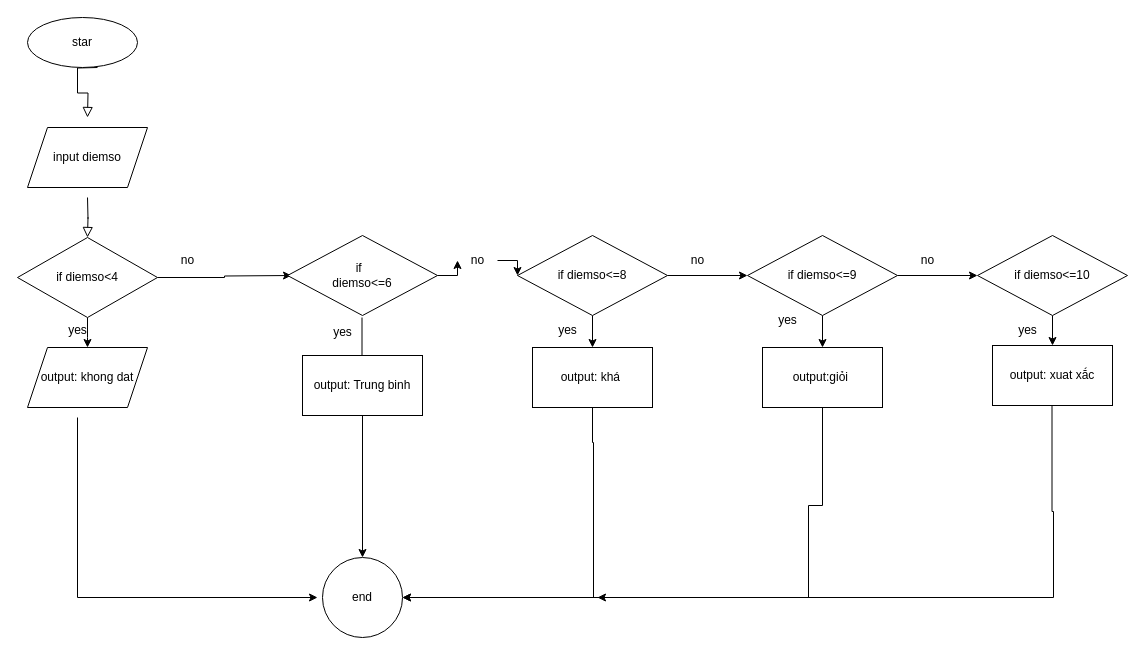
Earlier version of the draw.io diagram baitap5.drawio (buihung0602/baitap-ss1). Source tidied: cells renumbered, new cells numbered last; positions are measured from the earlier drawing's top-left corner, leaving out a move shared by most shapes. Both pictures are drawn from the tidied source at 100%, with x=0, y=0 at pixel (17, 17).
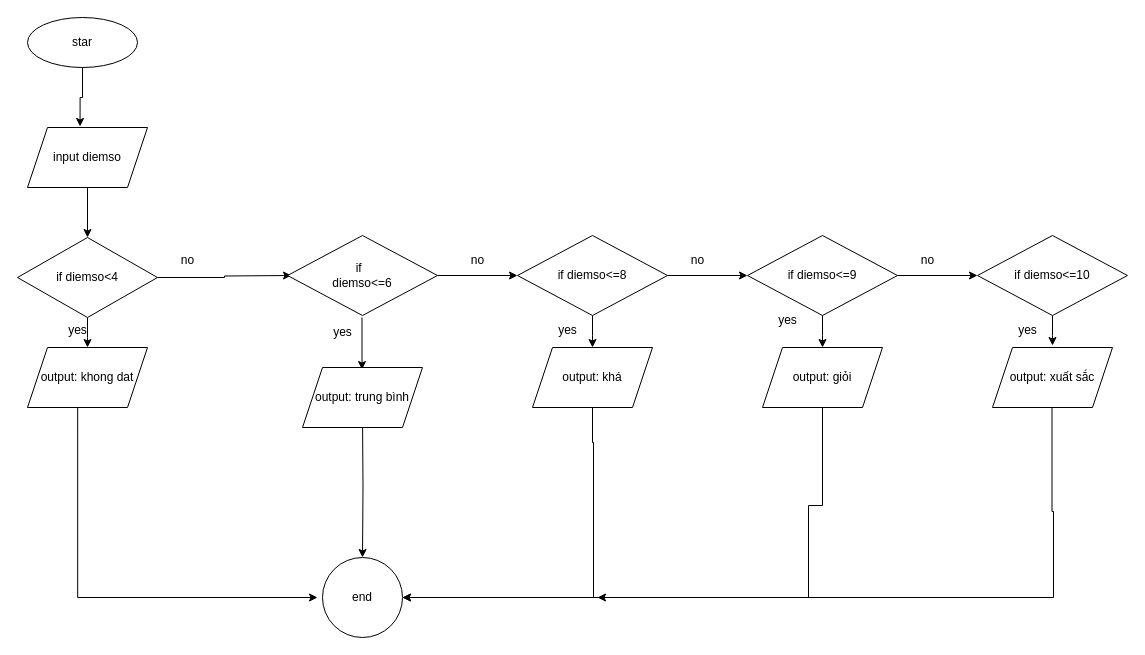
Above is the later version.

The change refers to these unchanged cells:
```xml
<mxCell id="4" value="&lt;div&gt;&lt;div&gt;input diemso&lt;/div&gt;&lt;/div&gt;" style="shape=parallelogram;perimeter=parallelogramPerimeter;whiteSpace=wrap;html=1;fixedSize=1;" parent="1" vertex="1">
  <mxGeometry x="10" y="110" width="120" height="60" as="geometry" />
</mxCell>
<mxCell id="5" value="star" style="ellipse;whiteSpace=wrap;html=1;" parent="1" vertex="1">
  <mxGeometry x="10" width="110" height="50" as="geometry" />
</mxCell>
<mxCell id="8" value="if diemso&amp;lt;4" style="rhombus;whiteSpace=wrap;html=1;" parent="1" vertex="1">
  <mxGeometry y="220" width="140" height="80" as="geometry" />
</mxCell>
<mxCell id="11" value="output: khong dat" style="shape=parallelogram;perimeter=parallelogramPerimeter;whiteSpace=wrap;html=1;fixedSize=1;" parent="1" vertex="1">
  <mxGeometry x="10" y="330" width="120" height="60" as="geometry" />
</mxCell>
<mxCell id="15" value="if&amp;nbsp;&amp;nbsp;&lt;div&gt;diemso&amp;lt;=6&lt;/div&gt;" style="rhombus;whiteSpace=wrap;html=1;" parent="1" vertex="1">
  <mxGeometry x="270" y="218" width="150" height="80" as="geometry" />
</mxCell>
<mxCell id="18" value="if diemso&amp;lt;=8" style="rhombus;whiteSpace=wrap;html=1;" parent="1" vertex="1">
  <mxGeometry x="500" y="218" width="150" height="80" as="geometry" />
</mxCell>
<mxCell id="27" value="if diemso&amp;lt;=9" style="rhombus;whiteSpace=wrap;html=1;" parent="1" vertex="1">
  <mxGeometry x="730" y="218" width="150" height="80" as="geometry" />
</mxCell>
<mxCell id="31" value="if diemso&amp;lt;=10" style="rhombus;whiteSpace=wrap;html=1;" parent="1" vertex="1">
  <mxGeometry x="960" y="218" width="150" height="80" as="geometry" />
</mxCell>
<mxCell id="37" value="no" style="text;html=1;align=center;verticalAlign=middle;points=[];strokeColor=none;fillColor=none;" parent="1" vertex="1">
  <mxGeometry x="440" y="228" width="40" height="30" as="geometry" />
</mxCell>
<mxCell id="40" value="end" style="ellipse;whiteSpace=wrap;html=1;" parent="1" vertex="1">
  <mxGeometry x="305" y="540" width="80" height="80" as="geometry" />
</mxCell>
```

Change to the diagram source:
```diff
@@
-    <mxCell id="2" style="rounded=0;html=1;jettySize=auto;orthogonalLoop=1;fontSize=11;endArrow=block;endFill=0;endSize=8;strokeWidth=1;shadow=0;labelBackgroundColor=none;edgeStyle=orthogonalEdgeStyle;" parent="1" edge="1">
-      <mxGeometry relative="1" as="geometry">
-        <mxPoint x="80" y="50" as="sourcePoint" />
-        <mxPoint x="70" y="100" as="targetPoint" />
-      </mxGeometry>
-    </mxCell>
-    <mxCell id="3" style="rounded=0;html=1;jettySize=auto;orthogonalLoop=1;fontSize=11;endArrow=block;endFill=0;endSize=8;strokeWidth=1;shadow=0;labelBackgroundColor=none;edgeStyle=orthogonalEdgeStyle;" parent="1" edge="1">
-      <mxGeometry x="0.12" y="-20" relative="1" as="geometry">
-        <mxPoint x="70" y="180" as="sourcePoint" />
-        <mxPoint x="70" y="220" as="targetPoint" />
-      </mxGeometry>
-    </mxCell>
+    <mxCell id="41" style="edgeStyle=orthogonalEdgeStyle;rounded=0;jettySize=auto;html=1;entryX=0.5;entryY=0;entryDx=0;entryDy=0;" parent="1" edge="1" source="4" target="8">
+      <mxGeometry relative="1" as="geometry" />
+    </mxCell>
@@
-    <mxCell id="10" style="edgeStyle=orthogonalEdgeStyle;rounded=0;orthogonalLoop=1;jettySize=auto;html=1;" parent="1" edge="1">
+    <mxCell id="10" style="edgeStyle=orthogonalEdgeStyle;rounded=0;jettySize=auto;html=1;exitX=0.418;exitY=0.957;exitDx=0;exitDy=0;exitPerimeter=0;" parent="1" edge="1" source="11">
       <mxGeometry relative="1" as="geometry">
-        <mxPoint x="60" y="400" as="sourcePoint" />
         <mxPoint x="300" y="580" as="targetPoint" />
         <Array as="points">
           <mxPoint x="60" y="580" />
         </Array>
       </mxGeometry>
     </mxCell>
@@
-    <mxCell id="14" style="edgeStyle=orthogonalEdgeStyle;rounded=0;jettySize=auto;html=1;" parent="1" edge="1" source="37" target="18">
-      <mxGeometry relative="1" as="geometry" />
-    </mxCell>
+    <mxCell id="42" style="edgeStyle=orthogonalEdgeStyle;rounded=0;jettySize=auto;html=1;" parent="1" edge="1" source="15" target="18">
+      <mxGeometry relative="1" as="geometry" />
+    </mxCell>
@@
-    <mxCell id="16" style="edgeStyle=orthogonalEdgeStyle;rounded=0;jettySize=auto;html=1;" parent="1" edge="1" source="18" target="23">
-      <mxGeometry relative="1" as="geometry" />
+    <mxCell id="16" style="edgeStyle=orthogonalEdgeStyle;rounded=0;jettySize=auto;html=1;" parent="1" edge="1" source="18">
+      <mxGeometry relative="1" as="geometry">
+        <mxPoint x="575" y="330" as="targetPoint" />
+      </mxGeometry>
     </mxCell>
@@
-    <mxCell id="20" style="edgeStyle=orthogonalEdgeStyle;rounded=0;jettySize=auto;html=1;" parent="1" edge="1" source="21" target="40">
-      <mxGeometry relative="1" as="geometry" />
+    <mxCell id="20" style="edgeStyle=orthogonalEdgeStyle;rounded=0;jettySize=auto;html=1;" parent="1" edge="1" target="40">
+      <mxGeometry relative="1" as="geometry">
+        <mxPoint x="345" y="398" as="sourcePoint" />
+      </mxGeometry>
     </mxCell>
-    <mxCell id="21" value="output: Trung binh" style="whiteSpace=wrap;html=1;" parent="1" vertex="1">
-      <mxGeometry x="285" y="338" width="120" height="60" as="geometry" />
-    </mxCell>
-    <mxCell id="22" style="edgeStyle=orthogonalEdgeStyle;rounded=0;jettySize=auto;html=1;entryX=1;entryY=0.5;entryDx=0;entryDy=0;" parent="1" edge="1" source="23" target="40">
+    <mxCell id="22" style="edgeStyle=orthogonalEdgeStyle;rounded=0;jettySize=auto;html=1;entryX=1;entryY=0.5;entryDx=0;entryDy=0;" parent="1" edge="1" target="40">
       <mxGeometry relative="1" as="geometry">
+        <mxPoint x="575" y="390" as="sourcePoint" />
         <Array as="points">
           <mxPoint x="575" y="425" />
           <mxPoint x="576" y="425" />
           <mxPoint x="576" y="580" />
         </Array>
       </mxGeometry>
     </mxCell>
-    <mxCell id="23" value="output: khá&amp;nbsp;" style="whiteSpace=wrap;html=1;" parent="1" vertex="1">
-      <mxGeometry x="515" y="330" width="120" height="60" as="geometry" />
-    </mxCell>
@@
-    <mxCell id="25" style="edgeStyle=orthogonalEdgeStyle;rounded=0;jettySize=auto;html=1;" parent="1" edge="1" source="27" target="29">
-      <mxGeometry relative="1" as="geometry" />
+    <mxCell id="25" style="edgeStyle=orthogonalEdgeStyle;rounded=0;jettySize=auto;html=1;" parent="1" edge="1" source="27">
+      <mxGeometry relative="1" as="geometry">
+        <mxPoint x="805" y="330" as="targetPoint" />
+      </mxGeometry>
     </mxCell>
@@
-    <mxCell id="29" value="output:giỏi&amp;nbsp;" style="whiteSpace=wrap;html=1;" parent="1" vertex="1">
-      <mxGeometry x="745" y="330" width="120" height="60" as="geometry" />
-    </mxCell>
-    <mxCell id="30" style="edgeStyle=orthogonalEdgeStyle;rounded=0;jettySize=auto;html=1;" parent="1" edge="1" source="31" target="33">
-      <mxGeometry relative="1" as="geometry" />
+    <mxCell id="30" style="edgeStyle=orthogonalEdgeStyle;rounded=0;jettySize=auto;html=1;" parent="1" edge="1" source="31">
+      <mxGeometry relative="1" as="geometry">
+        <mxPoint x="1035" y="328" as="targetPoint" />
+      </mxGeometry>
     </mxCell>
@@
-    <mxCell id="33" value="output: xuat xắc" style="whiteSpace=wrap;html=1;" parent="1" vertex="1">
-      <mxGeometry x="975" y="328" width="120" height="60" as="geometry" />
-    </mxCell>
@@
-    <mxCell id="36" style="edgeStyle=orthogonalEdgeStyle;rounded=0;jettySize=auto;html=1;" parent="1" edge="1" source="15" target="37">
-      <mxGeometry relative="1" as="geometry" />
-    </mxCell>
@@
+    <mxCell id="43" style="edgeStyle=orthogonalEdgeStyle;rounded=0;jettySize=auto;html=1;entryX=0.438;entryY=-0.017;entryDx=0;entryDy=0;entryPerimeter=0;" parent="1" edge="1" source="5" target="4">
+      <mxGeometry relative="1" as="geometry" />
+    </mxCell>
+    <mxCell id="44" value="output: trung bình" style="shape=parallelogram;perimeter=parallelogramPerimeter;whiteSpace=wrap;html=1;fixedSize=1;" parent="1" vertex="1">
+      <mxGeometry x="285" y="350" width="120" height="60" as="geometry" />
+    </mxCell>
+    <mxCell id="23" value="output: khá" style="shape=parallelogram;perimeter=parallelogramPerimeter;whiteSpace=wrap;html=1;fixedSize=1;" parent="1" vertex="1">
+      <mxGeometry x="515" y="330" width="120" height="60" as="geometry" />
+    </mxCell>
+    <mxCell id="45" value="output: giỏi" style="shape=parallelogram;perimeter=parallelogramPerimeter;whiteSpace=wrap;html=1;fixedSize=1;" parent="1" vertex="1">
+      <mxGeometry x="745" y="330" width="120" height="60" as="geometry" />
+    </mxCell>
+    <mxCell id="46" value="output: xuất sắc" style="shape=parallelogram;perimeter=parallelogramPerimeter;whiteSpace=wrap;html=1;fixedSize=1;" parent="1" vertex="1">
+      <mxGeometry x="975" y="330" width="120" height="60" as="geometry" />
+    </mxCell>
```
